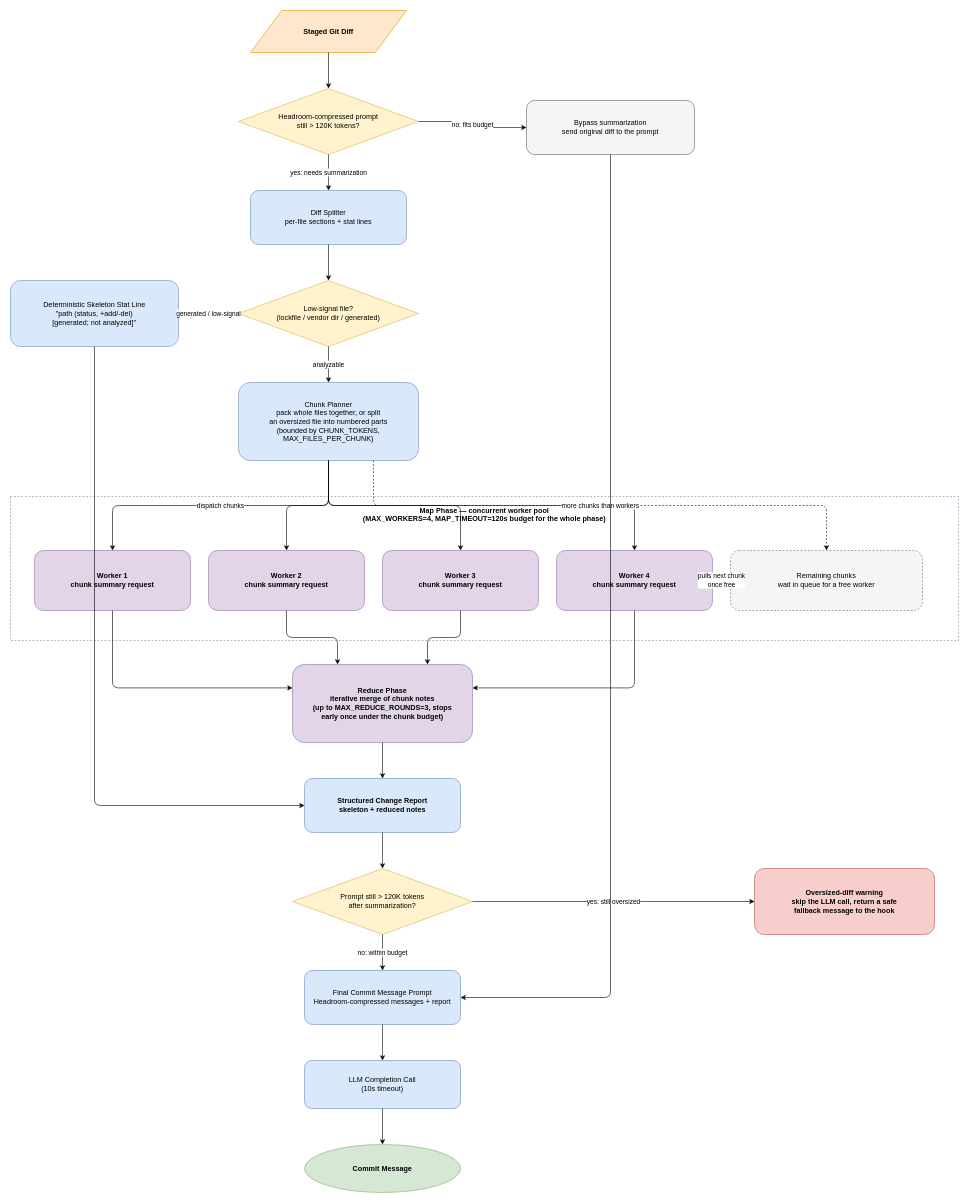
The draw.io diagram docs/assets/diagrams/summarization-chain.drawio in electrocucaracha/ai-prepare-commit-msg, before the edit. Source tidied: cells renumbered, new cells numbered last; positions are measured from the earlier drawing's top-left corner, leaving out a move shared by most shapes. Both pictures are drawn from the tidied source at 60%, with x=0, y=0 at pixel (10, 10).
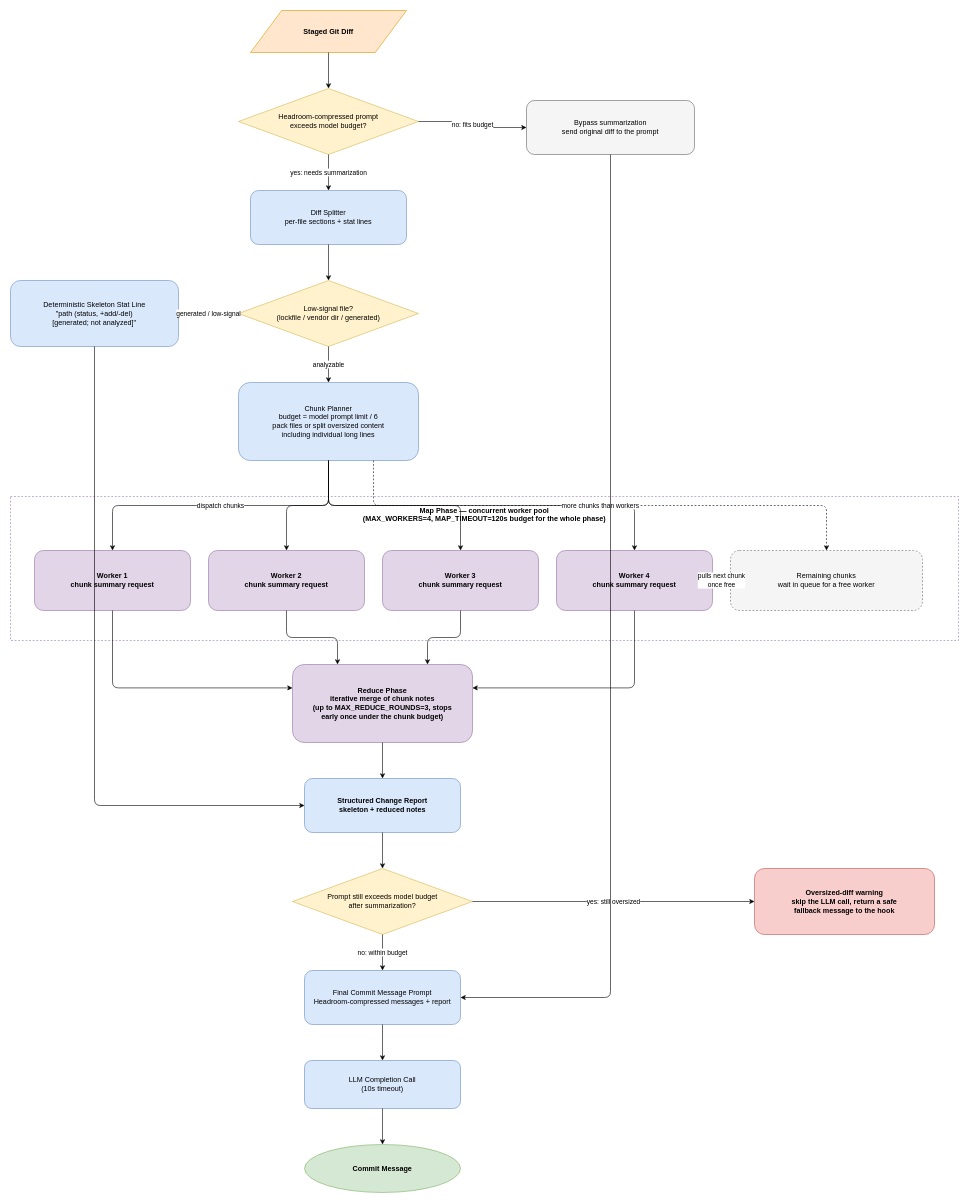
The same page after the edit.

Diff of the diagram source:
```diff
@@
-    <mxCell id="3" value="Headroom-compressed prompt&#10;still &gt; 120K tokens?" style="rhombus;whiteSpace=wrap;html=1;fillColor=#fff2cc;strokeColor=#d6b656;" parent="1" vertex="1">
+    <mxCell id="3" value="Headroom-compressed prompt&#10;exceeds model budget?" style="rhombus;whiteSpace=wrap;html=1;fillColor=#fff2cc;strokeColor=#d6b656;" parent="1" vertex="1">
       <mxGeometry x="380" y="130" width="300" height="110" as="geometry" />
     </mxCell>
@@
-    <mxCell id="8" value="Chunk Planner&#10;pack whole files together, or split&#10;an oversized file into numbered parts&#10;(bounded by CHUNK_TOKENS, MAX_FILES_PER_CHUNK)" style="rounded=1;whiteSpace=wrap;html=1;fillColor=#dae8fc;strokeColor=#6c8ebf;" parent="1" vertex="1">
+    <mxCell id="8" value="Chunk Planner&#10;budget = model prompt limit / 6&#10;pack files or split oversized content&#10;including individual long lines" style="rounded=1;whiteSpace=wrap;html=1;fillColor=#dae8fc;strokeColor=#6c8ebf;" parent="1" vertex="1">
       <mxGeometry x="380" y="620" width="300" height="130" as="geometry" />
     </mxCell>
@@
-    <mxCell id="17" value="Prompt still &gt; 120K tokens&#10;after summarization?" style="rhombus;whiteSpace=wrap;html=1;fillColor=#fff2cc;strokeColor=#d6b656;" parent="1" vertex="1">
+    <mxCell id="17" value="Prompt still exceeds model budget&#10;after summarization?" style="rhombus;whiteSpace=wrap;html=1;fillColor=#fff2cc;strokeColor=#d6b656;" parent="1" vertex="1">
       <mxGeometry x="470" y="1430" width="300" height="110" as="geometry" />
     </mxCell>
```
